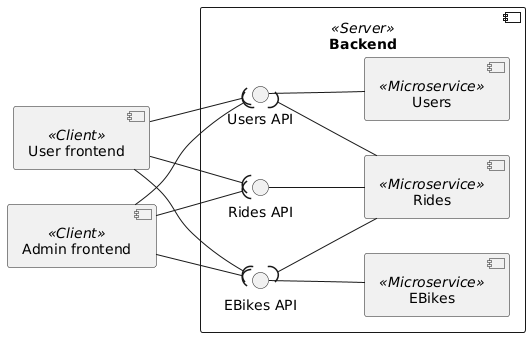
Above: doc/diagrams/components.png in Ventus218/SAP-assignment-03 (PlantUML), before the change.
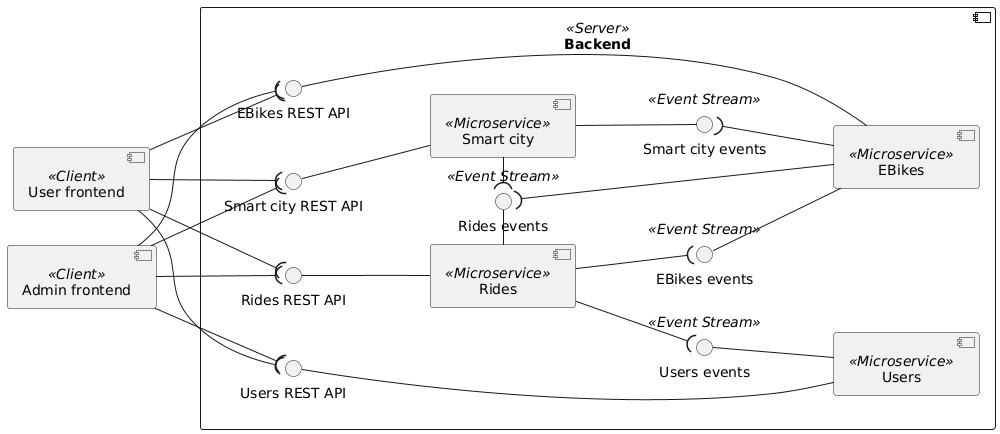
The same diagram one commit later.

Commit message:
Automatically generated PlantUML diagrams

Change to the diagram source:
```diff
@@ -7,29 +7,44 @@
 
 component Backend <<Server>> {
 
+    component "Smart city" <<Microservice>> as SmartCity
+    interface "Smart city REST API" as SmartCityAPI
+    SmartCity -u-() SmartCityAPI
+    interface "Smart city events" <<Event Stream>> as SmartCityES
+    SmartCity --() SmartCityES
+
     component "EBikes" <<Microservice>> as EBikes
-    interface "EBikes API" as EBikesAPI
+    interface "EBikes REST API" as EBikesAPI
+    EBikes --u--() EBikesAPI
+    interface "EBikes events" <<Event Stream>> as EBikesES
+    EBikes -u-() EBikesES
+    EBikes -u-( SmartCityES
 
     component "Users" <<Microservice>> as Users
-    interface "Users API" as UsersAPI
+    interface "Users REST API" as UsersAPI
+    Users --u--() UsersAPI
+    interface "Users events" <<Event Stream>> as UsersES
+    Users -u-() UsersES
 
     component "Rides" <<Microservice>> as Rides
-    interface "Rides API" as RidesAPI
+    interface "Rides REST API" as RidesAPI
+    Rides -u-() RidesAPI
+    interface "Rides events" <<Event Stream>> as RidesES
+    Rides -r-() RidesES
+    Rides -d-( UsersES
+    Rides -d-( EBikesES
 
-    EBikes -u-() EBikesAPI
-
-    Users -u-() UsersAPI
-
-    Rides -u-() RidesAPI
-    Rides -u-( UsersAPI
-    Rides -u-( EBikesAPI
+    EBikes -u-( RidesES
+    SmartCity -l-( RidesES
 }
 
 UserFE --( RidesAPI
 UserFE --( UsersAPI
 UserFE --( EBikesAPI
+UserFE --( SmartCityAPI
 AdminFE --( RidesAPI
 AdminFE --( UsersAPI
 AdminFE --( EBikesAPI
+AdminFE --( SmartCityAPI
 
 @enduml
```
